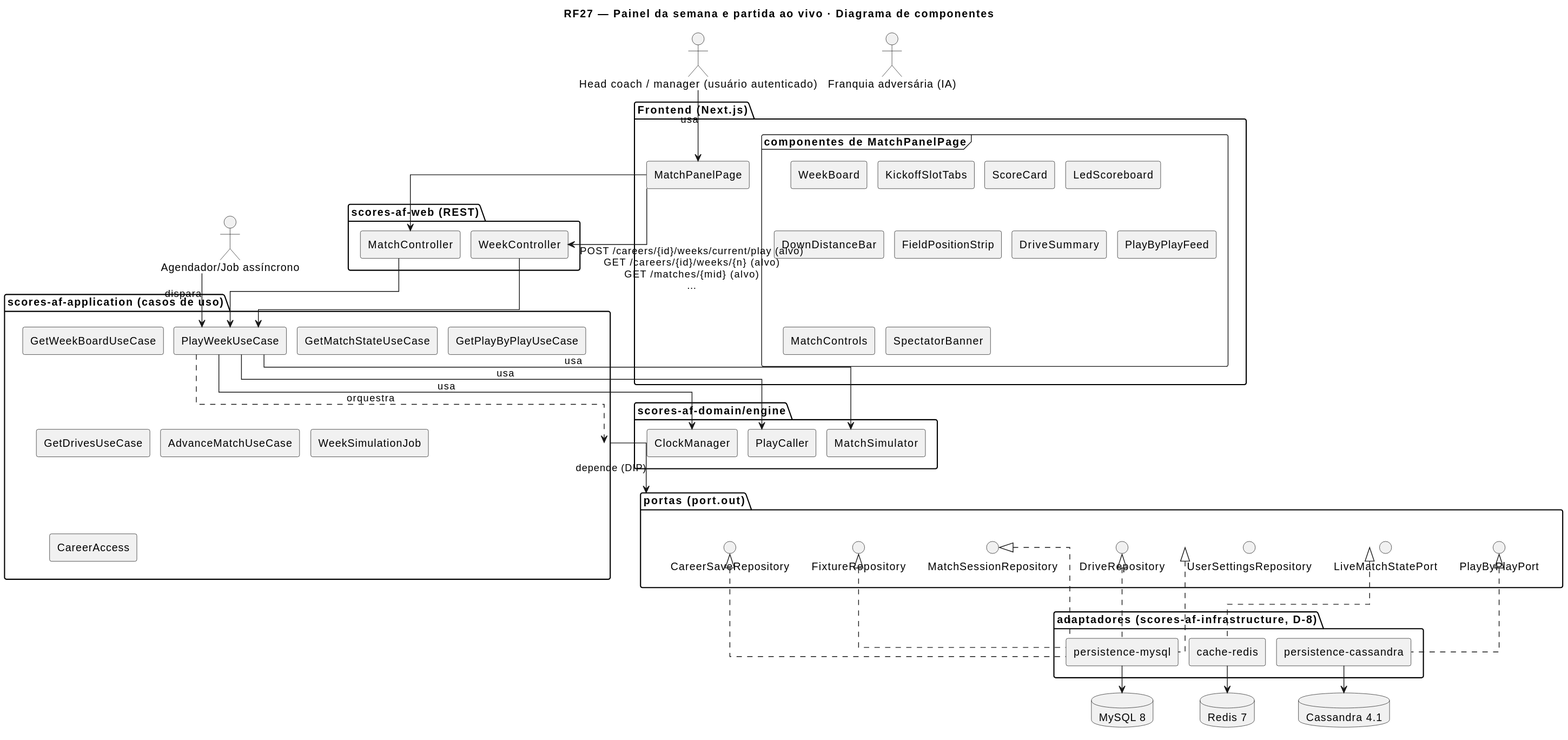
MatheusHaliski/Scores-American-Football keeps this PlantUML diagram as docs/RF27/RF27-cmp.svg. Above is the earlier version.
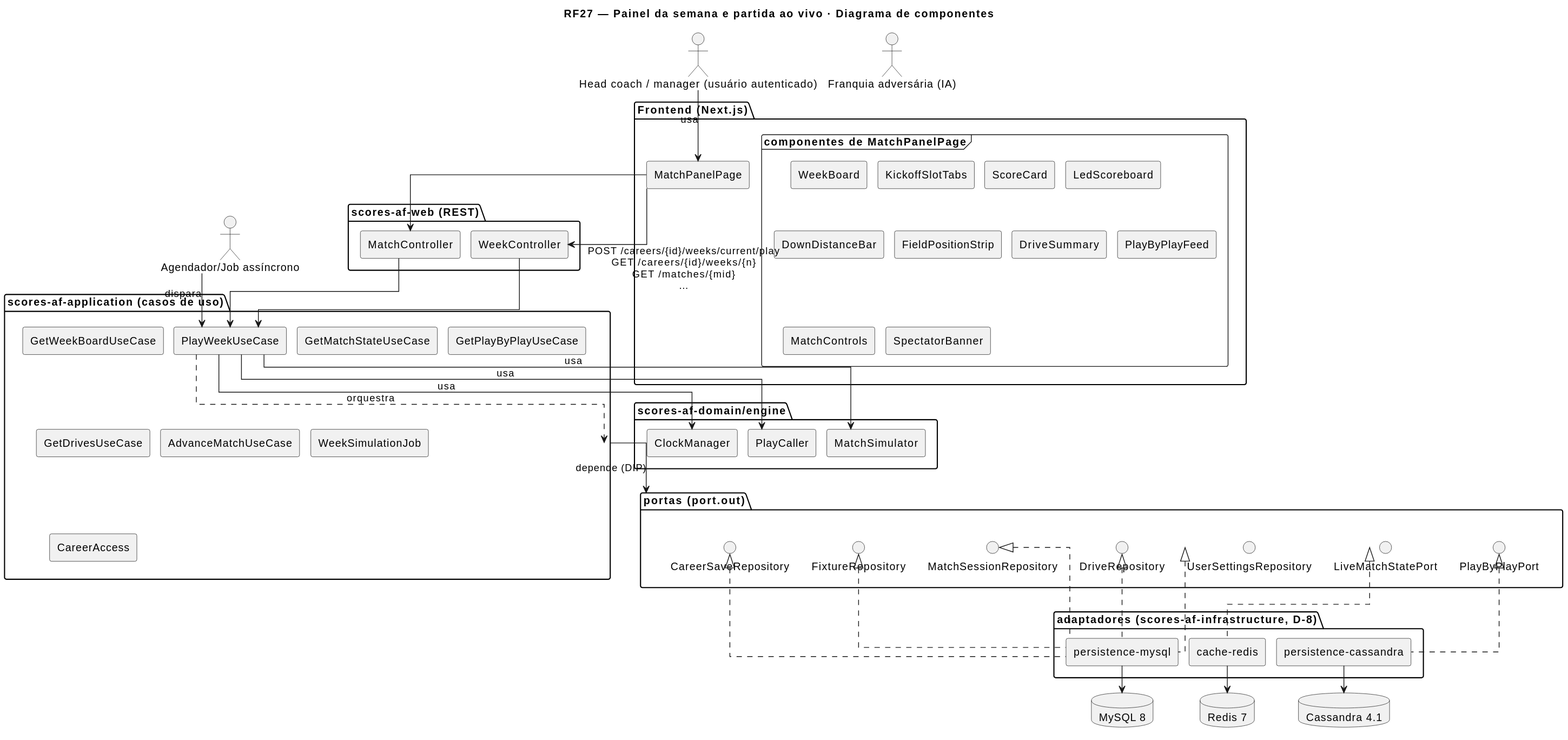
The same diagram one commit later.

What changed in the source:
```diff
@@ -60,7 +60,7 @@
 database "Cassandra 4.1" as s3
 c1 --> c4 : usa
 c2 --> c17 : dispara
-c4 --> c15 : POST /careers/{id}/weeks/current/play (alvo)\nGET /careers/{id}/weeks/{n} (alvo)\nGET /matches/{mid} (alvo)\n…
+c4 --> c15 : POST /careers/{id}/weeks/current/play\nGET /careers/{id}/weeks/{n}\nGET /matches/{mid}\n…
 c4 --> c16
 c15 --> c17
 c16 --> c17
```
